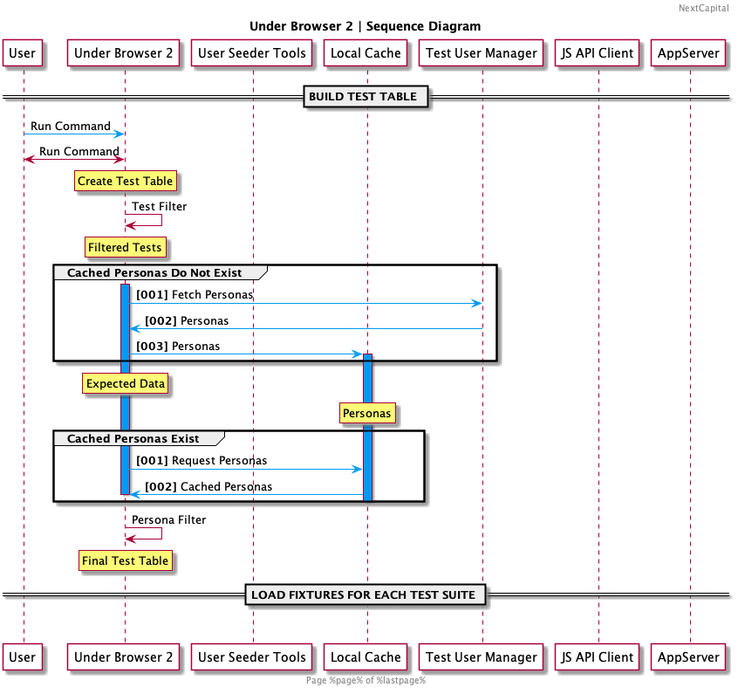
Earlier version of the PlantUML export plantuml/sqDTest.png (nc-wum/sequenceDiagram). Source of this version:
```plantuml
@startuml
!pragma teoz true

Header NextCapital
Footer Page %page% of %lastpage%
Title Under Browser 2 | Sequence Diagram

Participant "User" as User #white
Participant "Under Browser 2" as UB2 #white
Participant "User Seeder Tools" as UST #white
Participant "Local Cache" as LC #white
Participant "Test User Manager" as TUM #white
Participant "JS API Client" as API #white
Participant "AppServer" as AS #white


== BUILD TEST TABLE ==

User -[#009af1]> UB2: Run Command
User <-> UB2: Run Command
rnote over UB2 : Create Test Table
UB2 -> UB2 : Test Filter
rnote over UB2 : Filtered Tests

Group Cached Personas Do Not Exist
autonumber "<b>[000]"

Activate UB2 #009af1

UB2 -[#009af1]> TUM: Fetch Personas
TUM -[#009af1]> UB2: Personas
UB2 -[#009af1]> LC: Personas

autonumber stop
Activate LC #009af1
End

rnote over UB2 : Expected Data
rnote over LC : Personas

Group Cached Personas Exist
autonumber "<b>[000]"
UB2 -[#009af1]> LC: Request Personas
LC -[#009af1]> UB2: Cached Personas

autonumber stop
Deactivate UB2
Deactivate LC
End

UB2 -> UB2 : Persona Filter
rnote over UB2 : Final Test Table


== LOAD FIXTURES FOR EACH TEST SUITE ==

|||

@enduml
```
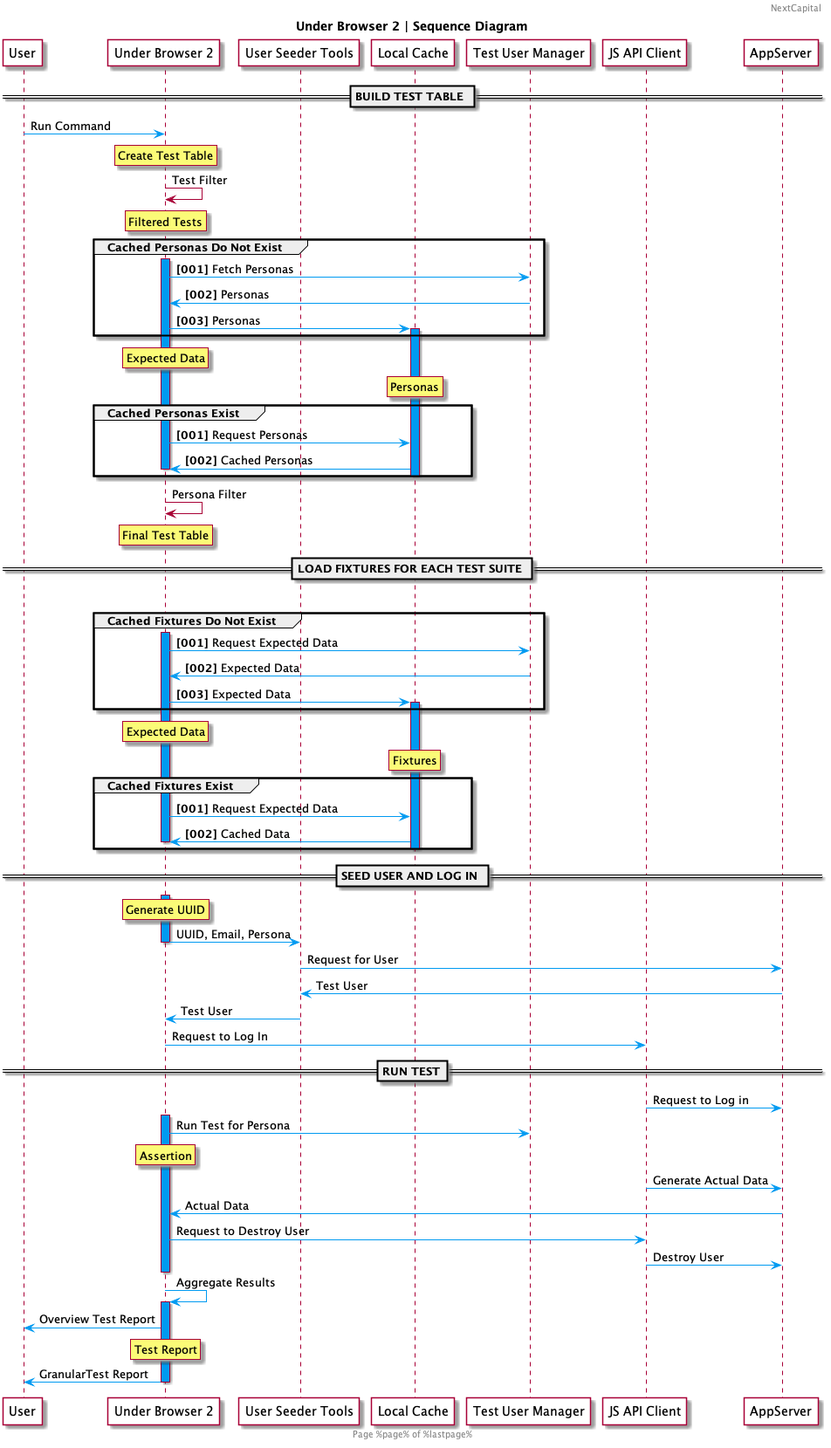
After the change.

Commit message:
completed UB2 SqD

Change to the diagram source:
```diff
@@ -17,7 +17,6 @@
 == BUILD TEST TABLE ==
 
 User -[#009af1]> UB2: Run Command
-User <-> UB2: Run Command
 rnote over UB2 : Create Test Table
 UB2 -> UB2 : Test Filter
 rnote over UB2 : Filtered Tests
@@ -56,4 +55,63 @@
 
 |||
 
+Group Cached Fixtures Do Not Exist
+autonumber "<b>[000]"
+
+Activate UB2 #009af1
+
+UB2 -[#009af1]> TUM: Request Expected Data
+TUM -[#009af1]> UB2: Expected Data
+UB2 -[#009af1]> LC: Expected Data
+
+autonumber stop
+Activate LC #009af1
+End
+
+rnote over UB2 : Expected Data
+rnote over LC : Fixtures
+
+Group Cached Fixtures Exist
+autonumber "<b>[000]"
+UB2 -[#009af1]> LC: Request Expected Data
+LC -[#009af1]> UB2: Cached Data
+
+autonumber stop
+Deactivate UB2
+Deactivate LC
+End
+
+== SEED USER AND LOG IN ==
+Activate UB2 #009af1
+rnote over UB2 : Generate UUID
+UB2 -[#009af1]> UST: UUID, Email, Persona
+Deactivate UB2
+
+UST -[#009af1]> AS: Request for User
+AS -[#009af1]> UST: Test User
+UST -[#009af1]> UB2: Test User
+UB2 -[#009af1]> API: Request to Log In
+
+== RUN TEST==
+
+API -[#009af1]> AS: Request to Log in
+Activate UB2 #009af1
+
+UB2 -[#009af1]> TUM: Run Test for Persona
+rnote over UB2 : Assertion
+API -[#009af1]> AS: Generate Actual Data
+AS -[#009af1]> UB2: Actual Data
+
+UB2 -[#009af1]> API: Request to Destroy User
+API -[#009af1]> AS: Destroy User
+Deactivate UB2
+UB2 -[#009af1]> UB2: Aggregate Results
+
+
+Activate UB2 #009af1
+UB2 -[#009af1]> User: Overview Test Report
+rnote over UB2 : Test Report
+UB2 -[#009af1]> User: GranularTest Report
+Deactivate UB2
+
 @enduml
```
